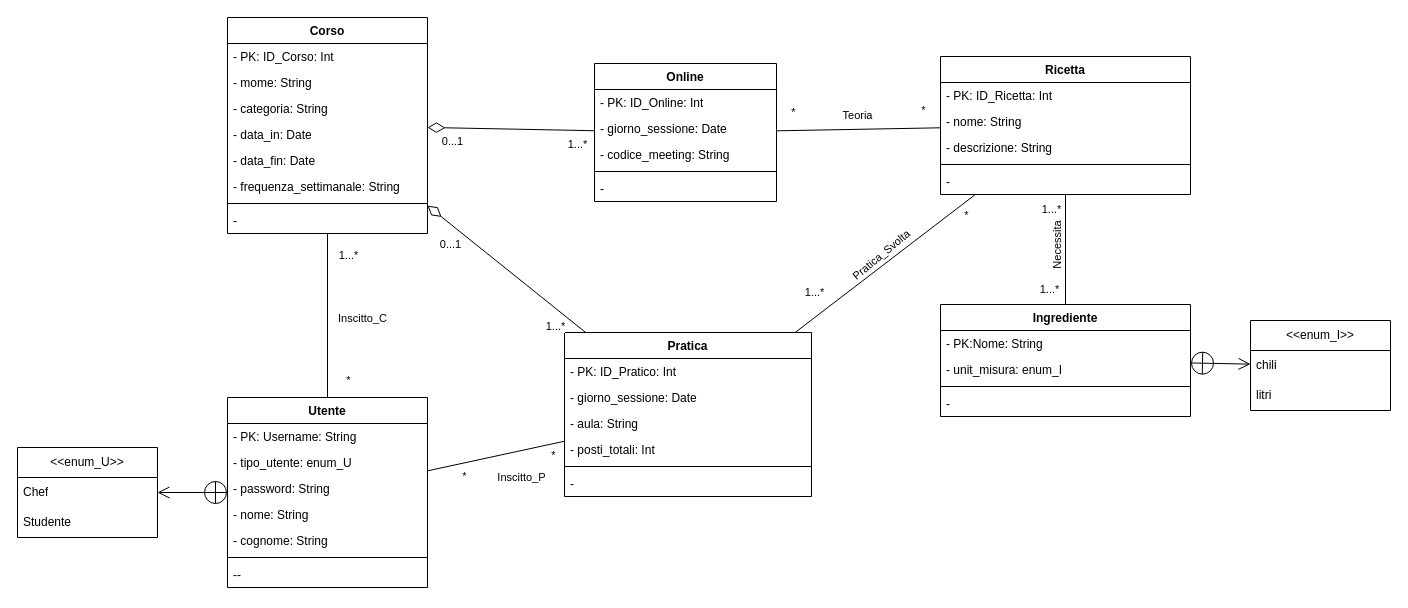
This is page "umlRistrutturato" (3 of 4) of bdd/uml/UML1.drawio from MetisWastaken/UninaFoodLab, a draw.io file, before an edit. Source tidied: cells renumbered, new cells numbered last; positions are measured from the earlier drawing's top-left corner, leaving out a move shared by most shapes. Both pictures are drawn from the tidied source at 100%, with x=0, y=0 at pixel (17, 17).
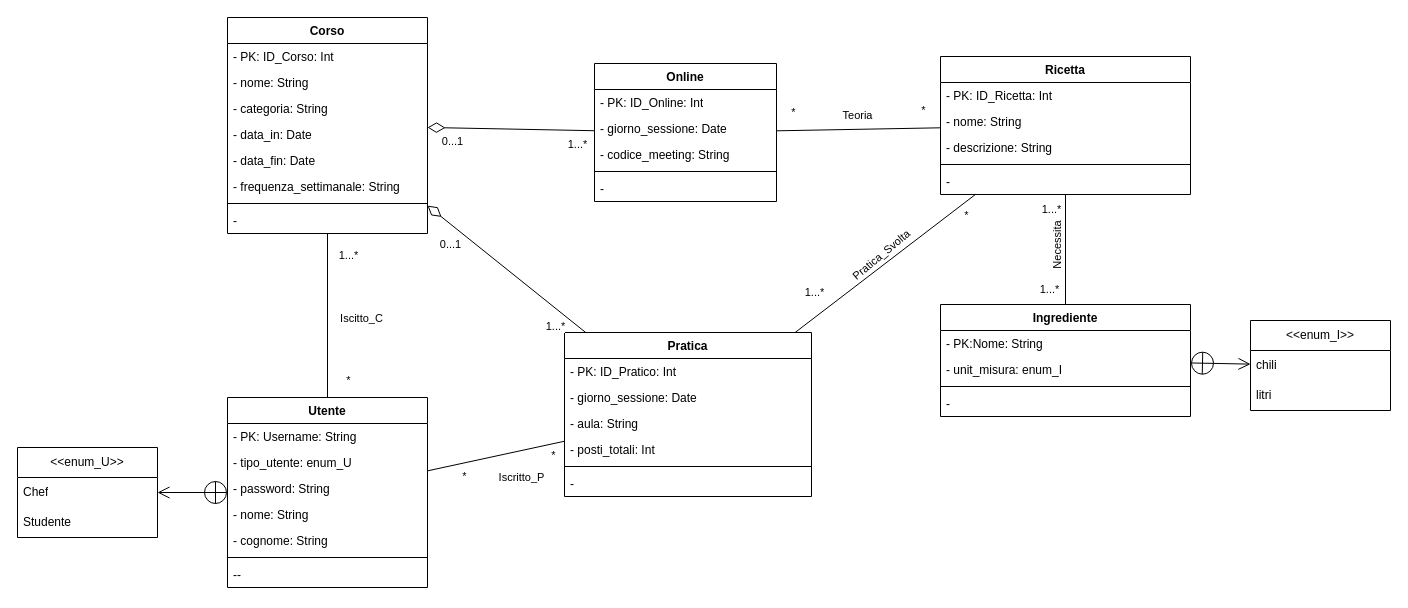
The same page after the edit.

Unchanged cells that the change refers to:
```xml
<mxCell id="2" value="Corso" style="swimlane;align=center;verticalAlign=top;horizontal=1;startSize=26;whiteSpace=wrap;html=1;" parent="1" vertex="1">
  <mxGeometry x="210" width="200" height="216" as="geometry" />
</mxCell>
<mxCell id="42" style="edgeStyle=none;shape=connector;rounded=0;jettySize=auto;html=1;strokeColor=default;strokeWidth=1;align=center;verticalAlign=middle;endArrow=none;endFill=0;endSize=6;" parent="1" edge="1" source="11" target="2">
  <mxGeometry relative="1" as="geometry" />
</mxCell>
<mxCell id="57" style="edgeStyle=none;shape=connector;rounded=0;jettySize=auto;html=1;strokeColor=default;strokeWidth=1;align=center;verticalAlign=middle;endArrow=none;endFill=0;endSize=6;" parent="1" edge="1" source="11" target="25">
  <mxGeometry relative="1" as="geometry" />
</mxCell>
```

Change to the diagram source:
```diff
@@
-    <mxCell id="4" value="- mome: String" style="text;strokeColor=none;fillColor=none;align=left;verticalAlign=top;spacingLeft=4;spacingRight=4;overflow=hidden;whiteSpace=wrap;html=1;" parent="2" vertex="1">
+    <mxCell id="4" value="- nome: String" style="text;strokeColor=none;fillColor=none;align=left;verticalAlign=top;spacingLeft=4;spacingRight=4;overflow=hidden;whiteSpace=wrap;html=1;" parent="2" vertex="1">
       <mxGeometry y="52" width="200" height="26" as="geometry" />
     </mxCell>
@@
-    <mxCell id="43" value="Inscitto_C" style="edgeLabel;html=1;align=center;verticalAlign=middle;" parent="42" vertex="1">
+    <mxCell id="43" value="Iscitto_C" style="edgeLabel;html=1;align=center;verticalAlign=middle;" parent="42" vertex="1">
       <mxGeometry x="-0.14" y="-2" relative="1" as="geometry">
-        <mxPoint x="32" y="-9" as="offset" />
+        <mxPoint x="31" y="-9" as="offset" />
       </mxGeometry>
     </mxCell>
@@
-    <mxCell id="58" value="Inscitto_P" style="edgeLabel;html=1;align=center;verticalAlign=middle;" parent="57" vertex="1">
+    <mxCell id="58" value="Iscritto_P" style="edgeLabel;html=1;align=center;verticalAlign=middle;" parent="57" vertex="1">
       <mxGeometry x="-0.14" y="-2" relative="1" as="geometry">
         <mxPoint x="34" y="17" as="offset" />
       </mxGeometry>
     </mxCell>
```
